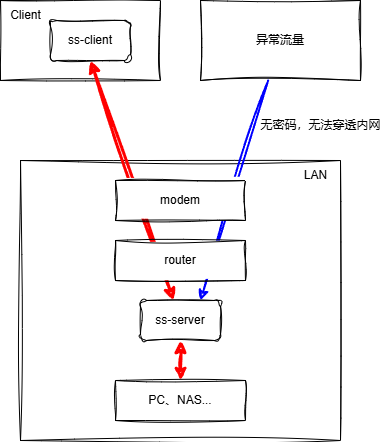
This is source/img/2025/nat-traversal/with-vpn.png from akiakise/blog.akise.app, a draw.io export, as it was before one commit. Source tidied: cells renumbered, new cells last; positions are measured from the earlier drawing's top-left corner, leaving out a move shared by most shapes. Source of this version:
```xml
<mxGraphModel>
  <root>
    <mxCell id="0" />
    <mxCell id="1" parent="0" />
    <mxCell id="2" style="rounded=0;whiteSpace=wrap;html=1;sketch=1;curveFitting=1;jiggle=2;" parent="1" vertex="1">
      <mxGeometry x="20" y="160" width="320" height="280" as="geometry" />
    </mxCell>
    <mxCell id="3" style="rounded=0;whiteSpace=wrap;html=1;sketch=1;curveFitting=1;jiggle=2;" parent="1" vertex="1">
      <mxGeometry width="160" height="80" as="geometry" />
    </mxCell>
    <mxCell id="4" style="rounded=0;jettySize=auto;html=1;exitX=0.5;exitY=1;exitDx=0;exitDy=0;startArrow=classic;startFill=1;fontStyle=1;strokeWidth=3;strokeColor=#FF0000;sketch=1;curveFitting=1;jiggle=2;" parent="1" edge="1" source="5" target="8">
      <mxGeometry relative="1" as="geometry" />
    </mxCell>
    <mxCell id="5" value="ss-client" style="rounded=1;whiteSpace=wrap;html=1;sketch=1;curveFitting=1;jiggle=2;" parent="1" vertex="1">
      <mxGeometry x="50" y="20" width="80" height="40" as="geometry" />
    </mxCell>
    <mxCell id="6" value="Client" style="text;html=1;align=center;verticalAlign=middle;strokeColor=none;fillColor=none;sketch=1;curveFitting=1;jiggle=2;" parent="1" vertex="1">
      <mxGeometry width="50" height="30" as="geometry" />
    </mxCell>
    <mxCell id="7" style="rounded=0;jettySize=auto;html=1;exitX=0.5;exitY=1;exitDx=0;exitDy=0;strokeColor=#FF0000;strokeWidth=3;sketch=1;curveFitting=1;jiggle=2;startArrow=classic;startFill=1;" parent="1" edge="1" source="8" target="9">
      <mxGeometry relative="1" as="geometry" />
    </mxCell>
    <mxCell id="8" value="ss-server" style="rounded=1;whiteSpace=wrap;html=1;sketch=1;curveFitting=1;jiggle=2;" parent="1" vertex="1">
      <mxGeometry x="140" y="300" width="80" height="40" as="geometry" />
    </mxCell>
    <mxCell id="9" value="PC、NAS..." style="rounded=0;whiteSpace=wrap;html=1;sketch=1;curveFitting=1;jiggle=2;" parent="1" vertex="1">
      <mxGeometry x="115" y="380" width="130" height="40" as="geometry" />
    </mxCell>
    <mxCell id="10" value="LAN" style="text;html=1;align=center;verticalAlign=middle;strokeColor=none;fillColor=none;sketch=1;curveFitting=1;jiggle=2;" parent="1" vertex="1">
      <mxGeometry x="290" y="160" width="50" height="30" as="geometry" />
    </mxCell>
    <mxCell id="11" value="异常流量" style="rounded=0;whiteSpace=wrap;html=1;sketch=1;curveFitting=1;jiggle=2;" parent="1" vertex="1">
      <mxGeometry x="200" width="160" height="80" as="geometry" />
    </mxCell>
    <mxCell id="12" style="rounded=0;jettySize=auto;html=1;entryX=0.75;entryY=0;entryDx=0;entryDy=0;strokeColor=#0000FF;strokeWidth=2;sketch=1;curveFitting=1;jiggle=2;" parent="1" edge="1" source="11" target="8">
      <mxGeometry relative="1" as="geometry" />
    </mxCell>
    <mxCell id="13" value="router" style="rounded=0;whiteSpace=wrap;html=1;sketch=1;curveFitting=1;jiggle=2;" parent="1" vertex="1">
      <mxGeometry x="115" y="240" width="130" height="40" as="geometry" />
    </mxCell>
    <mxCell id="14" value="无密码，无法穿透内网" style="text;html=1;align=center;verticalAlign=middle;strokeColor=none;fillColor=none;sketch=1;curveFitting=1;jiggle=2;" parent="1" vertex="1">
      <mxGeometry x="250" y="110" width="140" height="30" as="geometry" />
    </mxCell>
    <mxCell id="15" value="modem" style="rounded=0;whiteSpace=wrap;html=1;sketch=1;curveFitting=1;jiggle=2;" parent="1" vertex="1">
      <mxGeometry x="115" y="180" width="130" height="40" as="geometry" />
    </mxCell>
  </root>
</mxGraphModel>
```
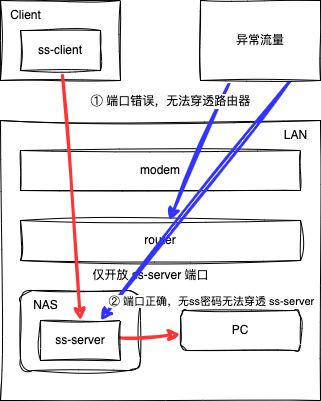
The same file after the commit.

What changed in the source:
```diff
@@ -2,47 +2,66 @@
   <root>
     <mxCell id="0" />
     <mxCell id="1" parent="0" />
-    <mxCell id="2" style="rounded=0;whiteSpace=wrap;html=1;sketch=1;curveFitting=1;jiggle=2;" parent="1" vertex="1">
-      <mxGeometry x="20" y="160" width="320" height="280" as="geometry" />
-    </mxCell>
-    <mxCell id="3" style="rounded=0;whiteSpace=wrap;html=1;sketch=1;curveFitting=1;jiggle=2;" parent="1" vertex="1">
-      <mxGeometry width="160" height="80" as="geometry" />
-    </mxCell>
+    <mxCell id="16" style="rounded=0;whiteSpace=wrap;html=1;strokeWidth=1;fontSize=12;hachureGap=4;fontFamily=Helvetica;sketch=1;curveFitting=1;jiggle=2;" parent="1" vertex="1">
+      <mxGeometry x="20" y="120" width="320" height="280" as="geometry" />
+    </mxCell>
+    <mxCell id="15" value="modem" style="rounded=0;whiteSpace=wrap;html=1;strokeWidth=1;fontSize=12;hachureGap=4;fontFamily=Helvetica;sketch=1;curveFitting=1;jiggle=2;" parent="1" vertex="1">
+      <mxGeometry x="40" y="150" width="280" height="40" as="geometry" />
+    </mxCell>
+    <mxCell id="10" value="LAN" style="text;html=1;align=center;verticalAlign=middle;strokeColor=none;fillColor=none;fontFamily=Helvetica;sketch=1;curveFitting=1;jiggle=2;" parent="1" vertex="1">
+      <mxGeometry x="290" y="120" width="50" height="30" as="geometry" />
+    </mxCell>
+    <mxCell id="13" value="router" style="rounded=0;whiteSpace=wrap;html=1;strokeWidth=1;fontSize=12;hachureGap=4;fontFamily=Helvetica;sketch=1;curveFitting=1;jiggle=2;" parent="1" vertex="1">
+      <mxGeometry x="40" y="220" width="280" height="40" as="geometry" />
+    </mxCell>
+    <mxCell id="17" style="rounded=1;whiteSpace=wrap;html=1;strokeWidth=1;hachureGap=4;fontFamily=Helvetica;sketch=1;curveFitting=1;jiggle=2;" parent="1" vertex="1">
+      <mxGeometry x="40" y="290" width="120" height="80" as="geometry" />
+    </mxCell>
+    <mxCell id="18" value="PC" style="rounded=1;whiteSpace=wrap;html=1;strokeWidth=1;hachureGap=4;fontFamily=Helvetica;sketch=1;curveFitting=1;jiggle=2;" parent="1" vertex="1">
+      <mxGeometry x="200" y="310" width="120" height="40" as="geometry" />
+    </mxCell>
+    <mxCell id="19" style="rounded=0;whiteSpace=wrap;html=1;strokeWidth=1;fontSize=12;hachureGap=4;fontFamily=Helvetica;sketch=1;curveFitting=1;jiggle=2;" parent="1" vertex="1">
+      <mxGeometry x="20" width="120" height="80" as="geometry" />
+    </mxCell>
-    <mxCell id="4" style="rounded=0;jettySize=auto;html=1;exitX=0.5;exitY=1;exitDx=0;exitDy=0;startArrow=classic;startFill=1;fontStyle=1;strokeWidth=3;strokeColor=#FF0000;sketch=1;curveFitting=1;jiggle=2;" parent="1" edge="1" source="5" target="8">
+    <mxCell id="4" style="endArrow=classic;html=1;rounded=0;hachureGap=4;fontFamily=Helvetica;fillColor=#f8cecc;strokeColor=#FF3333;strokeWidth=3;entryX=0.5;entryY=0;entryDx=0;entryDy=0;sketch=1;curveFitting=1;jiggle=2;" parent="1" edge="1" source="5" target="8">
       <mxGeometry relative="1" as="geometry" />
     </mxCell>
+    <mxCell id="6" value="Client" style="text;html=1;align=center;verticalAlign=middle;strokeColor=none;fillColor=none;fontFamily=Helvetica;sketch=1;curveFitting=1;jiggle=2;" parent="1" vertex="1">
+      <mxGeometry x="20" width="50" height="30" as="geometry" />
+    </mxCell>
-    <mxCell id="5" value="ss-client" style="rounded=1;whiteSpace=wrap;html=1;sketch=1;curveFitting=1;jiggle=2;" parent="1" vertex="1">
-      <mxGeometry x="50" y="20" width="80" height="40" as="geometry" />
+    <mxCell id="5" value="ss-client" style="rounded=0;whiteSpace=wrap;html=1;strokeWidth=1;fontSize=12;hachureGap=4;fontFamily=Helvetica;sketch=1;curveFitting=1;jiggle=2;" parent="1" vertex="1">
+      <mxGeometry x="40" y="30" width="80" height="40" as="geometry" />
     </mxCell>
-    <mxCell id="6" value="Client" style="text;html=1;align=center;verticalAlign=middle;strokeColor=none;fillColor=none;sketch=1;curveFitting=1;jiggle=2;" parent="1" vertex="1">
-      <mxGeometry width="50" height="30" as="geometry" />
-    </mxCell>
-    <mxCell id="7" style="rounded=0;jettySize=auto;html=1;exitX=0.5;exitY=1;exitDx=0;exitDy=0;strokeColor=#FF0000;strokeWidth=3;sketch=1;curveFitting=1;jiggle=2;startArrow=classic;startFill=1;" parent="1" edge="1" source="8" target="9">
-      <mxGeometry relative="1" as="geometry" />
-    </mxCell>
+    <mxCell id="20" value="NAS" style="text;html=1;align=center;verticalAlign=middle;strokeColor=none;fillColor=none;fontFamily=Helvetica;sketch=1;curveFitting=1;jiggle=2;" parent="1" vertex="1">
+      <mxGeometry x="40" y="290" width="50" height="30" as="geometry" />
+    </mxCell>
+    <mxCell id="21" style="rounded=0;sketch=1;hachureGap=4;jiggle=2;curveFitting=1;jettySize=auto;html=1;fontFamily=Architects Daughter;fontSource=https%3A%2F%2Ffonts.googleapis.com%2Fcss%3Ffamily%3DArchitects%2BDaughter;strokeWidth=3;strokeColor=#FF3333;" parent="1" edge="1" source="8" target="18">
+      <mxGeometry relative="1" as="geometry" />
+    </mxCell>
-    <mxCell id="8" value="ss-server" style="rounded=1;whiteSpace=wrap;html=1;sketch=1;curveFitting=1;jiggle=2;" parent="1" vertex="1">
-      <mxGeometry x="140" y="300" width="80" height="40" as="geometry" />
+    <mxCell id="8" value="ss-server" style="rounded=0;whiteSpace=wrap;html=1;strokeWidth=1;fontSize=12;hachureGap=4;fontFamily=Helvetica;sketch=1;curveFitting=1;jiggle=2;" parent="1" vertex="1">
+      <mxGeometry x="60" y="320" width="80" height="40" as="geometry" />
     </mxCell>
-    <mxCell id="9" value="PC、NAS..." style="rounded=0;whiteSpace=wrap;html=1;sketch=1;curveFitting=1;jiggle=2;" parent="1" vertex="1">
-      <mxGeometry x="115" y="380" width="130" height="40" as="geometry" />
-    </mxCell>
-    <mxCell id="10" value="LAN" style="text;html=1;align=center;verticalAlign=middle;strokeColor=none;fillColor=none;sketch=1;curveFitting=1;jiggle=2;" parent="1" vertex="1">
-      <mxGeometry x="290" y="160" width="50" height="30" as="geometry" />
-    </mxCell>
+    <mxCell id="22" value="仅开放 ss-server 端口" style="text;html=1;align=center;verticalAlign=middle;strokeColor=none;fillColor=none;fontFamily=Helvetica;sketch=1;curveFitting=1;jiggle=2;" parent="1" vertex="1">
+      <mxGeometry x="100" y="260" width="140" height="30" as="geometry" />
+    </mxCell>
+    <mxCell id="23" style="rounded=0;hachureGap=4;jettySize=auto;html=1;exitX=0.25;exitY=1;exitDx=0;exitDy=0;fontFamily=Helvetica;strokeWidth=3;fillColor=#f8cecc;strokeColor=#3333FF;sketch=1;curveFitting=1;jiggle=2;" parent="1" edge="1" source="11" target="13">
+      <mxGeometry relative="1" as="geometry" />
+    </mxCell>
+    <mxCell id="24" value="&lt;span style=&quot;font-size: 12px; background-color: rgb(251, 251, 251);&quot;&gt;① 端口错误，无法穿透路由器&lt;/span&gt;" style="edgeLabel;html=1;align=center;verticalAlign=middle;hachureGap=4;fontFamily=Helvetica;sketch=1;curveFitting=1;jiggle=2;" parent="23" vertex="1">
+      <mxGeometry x="-0.69" y="-3" relative="1" as="geometry">
+        <mxPoint x="-48" as="offset" />
+      </mxGeometry>
+    </mxCell>
+    <mxCell id="12" style="rounded=0;hachureGap=4;jettySize=auto;html=1;exitX=0.75;exitY=1;exitDx=0;exitDy=0;entryX=0.75;entryY=0;entryDx=0;entryDy=0;fontFamily=Helvetica;strokeWidth=3;strokeColor=#3333FF;sketch=1;curveFitting=1;jiggle=2;" parent="1" edge="1" source="11" target="8">
+      <mxGeometry relative="1" as="geometry" />
+    </mxCell>
+    <mxCell id="25" value="② 端口正确，无ss密码无法穿透 ss-server" style="edgeLabel;html=1;align=center;verticalAlign=middle;hachureGap=4;fontFamily=Helvetica;sketch=1;curveFitting=1;jiggle=2;" parent="12" vertex="1">
+      <mxGeometry x="-0.77" relative="1" as="geometry">
+        <mxPoint x="-58" y="193" as="offset" />
+      </mxGeometry>
+    </mxCell>
-    <mxCell id="11" value="异常流量" style="rounded=0;whiteSpace=wrap;html=1;sketch=1;curveFitting=1;jiggle=2;" parent="1" vertex="1">
-      <mxGeometry x="200" width="160" height="80" as="geometry" />
+    <mxCell id="11" value="异常流量" style="rounded=0;whiteSpace=wrap;html=1;strokeWidth=1;fontSize=12;hachureGap=4;fontFamily=Helvetica;sketch=1;curveFitting=1;jiggle=2;" parent="1" vertex="1">
+      <mxGeometry x="220" width="120" height="80" as="geometry" />
     </mxCell>
-    <mxCell id="12" style="rounded=0;jettySize=auto;html=1;entryX=0.75;entryY=0;entryDx=0;entryDy=0;strokeColor=#0000FF;strokeWidth=2;sketch=1;curveFitting=1;jiggle=2;" parent="1" edge="1" source="11" target="8">
-      <mxGeometry relative="1" as="geometry" />
-    </mxCell>
-    <mxCell id="13" value="router" style="rounded=0;whiteSpace=wrap;html=1;sketch=1;curveFitting=1;jiggle=2;" parent="1" vertex="1">
-      <mxGeometry x="115" y="240" width="130" height="40" as="geometry" />
-    </mxCell>
-    <mxCell id="14" value="无密码，无法穿透内网" style="text;html=1;align=center;verticalAlign=middle;strokeColor=none;fillColor=none;sketch=1;curveFitting=1;jiggle=2;" parent="1" vertex="1">
-      <mxGeometry x="250" y="110" width="140" height="30" as="geometry" />
-    </mxCell>
-    <mxCell id="15" value="modem" style="rounded=0;whiteSpace=wrap;html=1;sketch=1;curveFitting=1;jiggle=2;" parent="1" vertex="1">
-      <mxGeometry x="115" y="180" width="130" height="40" as="geometry" />
-    </mxCell>
   </root>
 </mxGraphModel>
```
